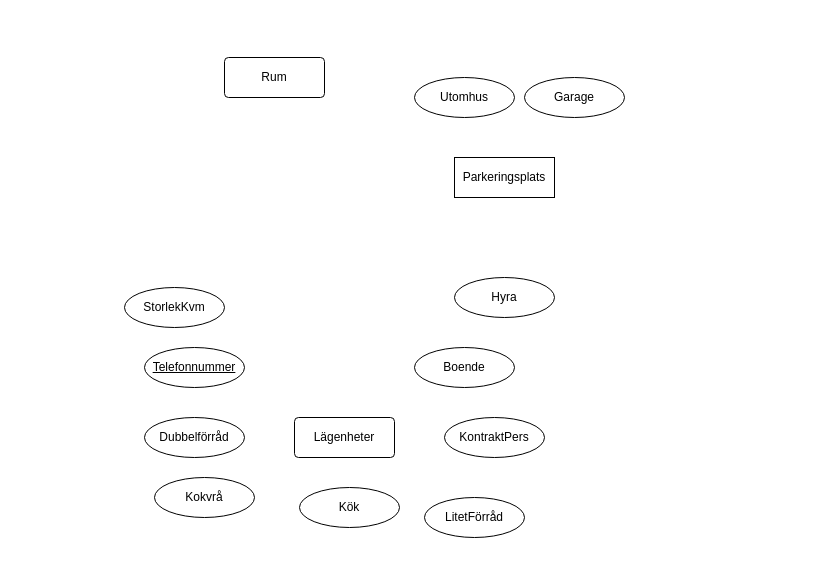
Above: flerfamilj.drawio in DanielPra/-t-Andre (draw.io), before the change. Source tidied: cells renumbered, new cells numbered last; positions are measured from the earlier drawing's top-left corner, leaving out a move shared by most shapes. Both pictures are drawn from the tidied source at 100%, with x=0, y=0 at pixel (124, 57).
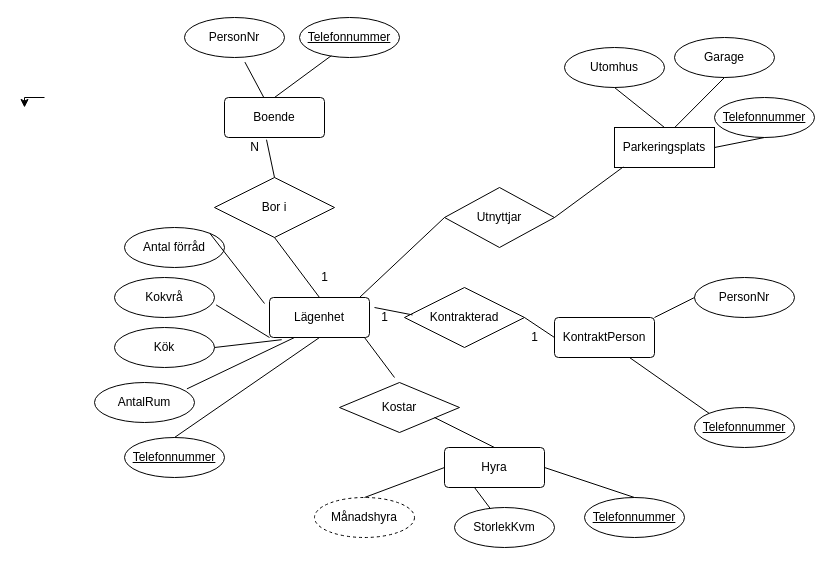
The same diagram, later.

The edit, as a diff of the source:
```diff
@@
-    <mxCell id="2" value="Lägenheter" style="rounded=1;arcSize=10;whiteSpace=wrap;html=1;align=center;" parent="1" vertex="1">
-      <mxGeometry x="170" y="360" width="100" height="40" as="geometry" />
+    <mxCell id="2" value="Lägenhet" style="rounded=1;arcSize=10;whiteSpace=wrap;html=1;align=center;" parent="1" vertex="1">
+      <mxGeometry x="145" y="240" width="100" height="40" as="geometry" />
     </mxCell>
-    <mxCell id="3" value="Rum" style="rounded=1;arcSize=10;whiteSpace=wrap;html=1;align=center;" parent="1" vertex="1">
-      <mxGeometry x="100" width="100" height="40" as="geometry" />
-    </mxCell>
+    <mxCell id="16" style="edgeStyle=orthogonalEdgeStyle;rounded=0;orthogonalLoop=1;jettySize=auto;html=1;exitX=0.5;exitY=0;exitDx=0;exitDy=0;" parent="1" edge="1">
+      <mxGeometry relative="1" as="geometry">
+        <mxPoint x="-80" y="40" as="sourcePoint" />
+        <mxPoint x="-100" y="50" as="targetPoint" />
+      </mxGeometry>
+    </mxCell>
     <mxCell id="4" value="Kök" style="ellipse;whiteSpace=wrap;html=1;align=center;" parent="1" vertex="1">
-      <mxGeometry x="175" y="430" width="100" height="40" as="geometry" />
+      <mxGeometry x="-10" y="270" width="100" height="40" as="geometry" />
     </mxCell>
     <mxCell id="5" value="Kokvrå" style="ellipse;whiteSpace=wrap;html=1;align=center;" parent="1" vertex="1">
-      <mxGeometry x="30" y="420" width="100" height="40" as="geometry" />
+      <mxGeometry x="-10" y="220" width="100" height="40" as="geometry" />
     </mxCell>
-    <mxCell id="6" value="Dubbelförråd" style="ellipse;whiteSpace=wrap;html=1;align=center;" parent="1" vertex="1">
-      <mxGeometry x="20" y="360" width="100" height="40" as="geometry" />
+    <mxCell id="6" value="Antal förråd" style="ellipse;whiteSpace=wrap;html=1;align=center;" parent="1" vertex="1">
+      <mxGeometry y="170" width="100" height="40" as="geometry" />
     </mxCell>
-    <mxCell id="7" value="LitetFörråd" style="ellipse;whiteSpace=wrap;html=1;align=center;" parent="1" vertex="1">
-      <mxGeometry x="300" y="440" width="100" height="40" as="geometry" />
-    </mxCell>
-    <mxCell id="8" value="KontraktPers" style="ellipse;whiteSpace=wrap;html=1;align=center;" parent="1" vertex="1">
-      <mxGeometry x="320" y="360" width="100" height="40" as="geometry" />
+    <mxCell id="8" value="PersonNr" style="ellipse;whiteSpace=wrap;html=1;align=center;" parent="1" vertex="1">
+      <mxGeometry x="570" y="220" width="100" height="40" as="geometry" />
     </mxCell>
-    <mxCell id="9" value="Boende" style="ellipse;whiteSpace=wrap;html=1;align=center;" parent="1" vertex="1">
-      <mxGeometry x="290" y="290" width="100" height="40" as="geometry" />
+    <mxCell id="9" value="PersonNr" style="ellipse;whiteSpace=wrap;html=1;align=center;" parent="1" vertex="1">
+      <mxGeometry x="60" y="-40" width="100" height="40" as="geometry" />
     </mxCell>
     <mxCell id="10" value="Parkeringsplats" style="whiteSpace=wrap;html=1;align=center;" parent="1" vertex="1">
-      <mxGeometry x="330" y="100" width="100" height="40" as="geometry" />
+      <mxGeometry x="490" y="70" width="100" height="40" as="geometry" />
     </mxCell>
     <mxCell id="11" value="Utomhus" style="ellipse;whiteSpace=wrap;html=1;align=center;" parent="1" vertex="1">
-      <mxGeometry x="290" y="20" width="100" height="40" as="geometry" />
+      <mxGeometry x="440" y="-10" width="100" height="40" as="geometry" />
     </mxCell>
     <mxCell id="12" value="Garage" style="ellipse;whiteSpace=wrap;html=1;align=center;" parent="1" vertex="1">
-      <mxGeometry x="400" y="20" width="100" height="40" as="geometry" />
+      <mxGeometry x="550" y="-20" width="100" height="40" as="geometry" />
     </mxCell>
     <mxCell id="13" value="StorlekKvm" style="ellipse;whiteSpace=wrap;html=1;align=center;" parent="1" vertex="1">
-      <mxGeometry y="230" width="100" height="40" as="geometry" />
+      <mxGeometry x="330" y="450" width="100" height="40" as="geometry" />
     </mxCell>
     <mxCell id="14" value="Telefonnummer" style="ellipse;whiteSpace=wrap;html=1;align=center;fontStyle=4;" parent="1" vertex="1">
-      <mxGeometry x="20" y="290" width="100" height="40" as="geometry" />
+      <mxGeometry y="380" width="100" height="40" as="geometry" />
     </mxCell>
+    <mxCell id="17" value="Bor i" style="shape=rhombus;perimeter=rhombusPerimeter;whiteSpace=wrap;html=1;align=center;" parent="1" vertex="1">
+      <mxGeometry x="90" y="120" width="120" height="60" as="geometry" />
+    </mxCell>
+    <mxCell id="18" value="Boende" style="rounded=1;arcSize=10;whiteSpace=wrap;html=1;align=center;" parent="1" vertex="1">
+      <mxGeometry x="100" y="40" width="100" height="40" as="geometry" />
+    </mxCell>
+    <mxCell id="19" value="Kontrakterad" style="shape=rhombus;perimeter=rhombusPerimeter;whiteSpace=wrap;html=1;align=center;" parent="1" vertex="1">
+      <mxGeometry x="280" y="230" width="120" height="60" as="geometry" />
+    </mxCell>
+    <mxCell id="20" style="endArrow=none;html=1;rounded=0;entryX=0.5;entryY=1;entryDx=0;entryDy=0;exitX=0.5;exitY=0;exitDx=0;exitDy=0;" parent="1" edge="1" source="14" target="2">
+      <mxGeometry relative="1" as="geometry" />
+    </mxCell>
+    <mxCell id="21" value="Telefonnummer" style="ellipse;whiteSpace=wrap;html=1;align=center;fontStyle=4;" parent="1" vertex="1">
+      <mxGeometry x="570" y="350" width="100" height="40" as="geometry" />
+    </mxCell>
+    <mxCell id="22" value="Kostar" style="shape=rhombus;perimeter=rhombusPerimeter;whiteSpace=wrap;html=1;align=center;" parent="1" vertex="1">
+      <mxGeometry x="215" y="325" width="120" height="50" as="geometry" />
+    </mxCell>
-    <mxCell id="15" value="Hyra" style="ellipse;whiteSpace=wrap;html=1;align=center;" parent="1" vertex="1">
-      <mxGeometry x="330" y="220" width="100" height="40" as="geometry" />
+    <mxCell id="15" value="Hyra" style="rounded=1;arcSize=10;whiteSpace=wrap;html=1;align=center;" parent="1" vertex="1">
+      <mxGeometry x="320" y="390" width="100" height="40" as="geometry" />
     </mxCell>
+    <mxCell id="23" value="Telefonnummer" style="ellipse;whiteSpace=wrap;html=1;align=center;fontStyle=4;" parent="1" vertex="1">
+      <mxGeometry x="460" y="440" width="100" height="40" as="geometry" />
+    </mxCell>
+    <mxCell id="24" value="Månadshyra" style="ellipse;whiteSpace=wrap;html=1;align=center;dashed=1;" parent="1" vertex="1">
+      <mxGeometry x="190" y="440" width="100" height="40" as="geometry" />
+    </mxCell>
+    <mxCell id="25" value="Utnyttjar" style="shape=rhombus;perimeter=rhombusPerimeter;whiteSpace=wrap;html=1;align=center;" parent="1" vertex="1">
+      <mxGeometry x="320" y="130" width="110" height="60" as="geometry" />
+    </mxCell>
+    <mxCell id="26" style="endArrow=none;html=1;rounded=0;entryX=0;entryY=1;entryDx=0;entryDy=0;exitX=1.016;exitY=0.685;exitDx=0;exitDy=0;exitPerimeter=0;" parent="1" edge="1" source="5" target="2">
+      <mxGeometry relative="1" as="geometry" />
+    </mxCell>
+    <mxCell id="27" style="endArrow=none;html=1;rounded=0;exitX=1;exitY=0;exitDx=0;exitDy=0;" parent="1" edge="1" source="6">
+      <mxGeometry relative="1" as="geometry">
+        <mxPoint x="140" y="246" as="targetPoint" />
+      </mxGeometry>
+    </mxCell>
+    <mxCell id="28" style="endArrow=none;html=1;rounded=0;entryX=0.122;entryY=1.055;entryDx=0;entryDy=0;entryPerimeter=0;exitX=1;exitY=0.5;exitDx=0;exitDy=0;" parent="1" edge="1" source="4" target="2">
+      <mxGeometry relative="1" as="geometry" />
+    </mxCell>
+    <mxCell id="29" style="endArrow=none;html=1;rounded=0;" parent="1" edge="1">
+      <mxGeometry relative="1" as="geometry">
+        <mxPoint x="240" y="280" as="sourcePoint" />
+        <mxPoint x="270" y="320" as="targetPoint" />
+      </mxGeometry>
+    </mxCell>
+    <mxCell id="30" style="endArrow=none;html=1;rounded=0;entryX=0.5;entryY=0;entryDx=0;entryDy=0;" parent="1" edge="1" target="15">
+      <mxGeometry relative="1" as="geometry">
+        <mxPoint x="310" y="360" as="sourcePoint" />
+      </mxGeometry>
+    </mxCell>
+    <mxCell id="31" style="endArrow=none;html=1;rounded=0;exitX=0.5;exitY=0;exitDx=0;exitDy=0;entryX=0;entryY=0.5;entryDx=0;entryDy=0;" parent="1" edge="1" source="24" target="15">
+      <mxGeometry relative="1" as="geometry" />
+    </mxCell>
+    <mxCell id="32" style="endArrow=none;html=1;rounded=0;entryX=0.5;entryY=0;entryDx=0;entryDy=0;" parent="1" edge="1" target="23">
+      <mxGeometry relative="1" as="geometry">
+        <mxPoint x="420" y="410" as="sourcePoint" />
+      </mxGeometry>
+    </mxCell>
+    <mxCell id="33" style="endArrow=none;html=1;rounded=0;" parent="1" edge="1" source="13">
+      <mxGeometry relative="1" as="geometry">
+        <mxPoint x="350" y="430" as="targetPoint" />
+      </mxGeometry>
+    </mxCell>
+    <mxCell id="34" style="endArrow=none;html=1;rounded=0;entryX=0.067;entryY=0.457;entryDx=0;entryDy=0;entryPerimeter=0;" parent="1" edge="1" target="19">
+      <mxGeometry relative="1" as="geometry">
+        <mxPoint x="250" y="250" as="sourcePoint" />
+      </mxGeometry>
+    </mxCell>
+    <mxCell id="35" style="endArrow=none;html=1;rounded=0;entryX=0;entryY=0.5;entryDx=0;entryDy=0;exitX=1;exitY=0;exitDx=0;exitDy=0;" parent="1" edge="1" source="50" target="8">
+      <mxGeometry relative="1" as="geometry" />
+    </mxCell>
+    <mxCell id="36" style="endArrow=none;html=1;rounded=0;entryX=0;entryY=0;entryDx=0;entryDy=0;exitX=0.75;exitY=1;exitDx=0;exitDy=0;" parent="1" edge="1" source="50" target="21">
+      <mxGeometry relative="1" as="geometry" />
+    </mxCell>
+    <mxCell id="37" style="endArrow=none;html=1;rounded=0;entryX=0;entryY=0.5;entryDx=0;entryDy=0;" parent="1" edge="1" target="25">
+      <mxGeometry relative="1" as="geometry">
+        <mxPoint x="235" y="240" as="sourcePoint" />
+      </mxGeometry>
+    </mxCell>
+    <mxCell id="38" style="endArrow=none;html=1;rounded=0;entryX=0.088;entryY=0.985;entryDx=0;entryDy=0;entryPerimeter=0;exitX=1;exitY=0.5;exitDx=0;exitDy=0;" parent="1" edge="1" source="25" target="10">
+      <mxGeometry relative="1" as="geometry" />
+    </mxCell>
+    <mxCell id="39" style="endArrow=none;html=1;rounded=0;entryX=0.5;entryY=1;entryDx=0;entryDy=0;exitX=0.5;exitY=0;exitDx=0;exitDy=0;" parent="1" edge="1" source="10" target="11">
+      <mxGeometry relative="1" as="geometry" />
+    </mxCell>
+    <mxCell id="40" style="endArrow=none;html=1;rounded=0;exitX=0.6;exitY=0.005;exitDx=0;exitDy=0;exitPerimeter=0;entryX=0.5;entryY=1;entryDx=0;entryDy=0;" parent="1" edge="1" source="10" target="12">
+      <mxGeometry relative="1" as="geometry" />
+    </mxCell>
+    <mxCell id="41" value="Telefonnummer" style="ellipse;whiteSpace=wrap;html=1;align=center;fontStyle=4;" parent="1" vertex="1">
+      <mxGeometry x="590" y="40" width="100" height="40" as="geometry" />
+    </mxCell>
+    <mxCell id="42" style="endArrow=none;html=1;rounded=0;entryX=0.5;entryY=1;entryDx=0;entryDy=0;exitX=1;exitY=0.5;exitDx=0;exitDy=0;" parent="1" edge="1" source="10" target="41">
+      <mxGeometry relative="1" as="geometry" />
+    </mxCell>
+    <mxCell id="43" value="Telefonnummer" style="ellipse;whiteSpace=wrap;html=1;align=center;fontStyle=4;" parent="1" vertex="1">
+      <mxGeometry x="175" y="-40" width="100" height="40" as="geometry" />
+    </mxCell>
+    <mxCell id="44" style="endArrow=none;html=1;rounded=0;exitX=0.5;exitY=1;exitDx=0;exitDy=0;entryX=0.5;entryY=0;entryDx=0;entryDy=0;" parent="1" edge="1" source="17" target="2">
+      <mxGeometry relative="1" as="geometry" />
+    </mxCell>
+    <mxCell id="45" style="endArrow=none;html=1;rounded=0;entryX=0.42;entryY=1.055;entryDx=0;entryDy=0;entryPerimeter=0;exitX=0.5;exitY=0;exitDx=0;exitDy=0;" parent="1" edge="1" source="17" target="18">
+      <mxGeometry relative="1" as="geometry" />
+    </mxCell>
+    <mxCell id="46" style="endArrow=none;html=1;rounded=0;entryX=0.604;entryY=1.115;entryDx=0;entryDy=0;entryPerimeter=0;" parent="1" edge="1" source="18" target="9">
+      <mxGeometry relative="1" as="geometry" />
+    </mxCell>
+    <mxCell id="47" style="endArrow=none;html=1;rounded=0;exitX=0.318;exitY=0.955;exitDx=0;exitDy=0;exitPerimeter=0;entryX=0.5;entryY=0;entryDx=0;entryDy=0;" parent="1" edge="1" source="43" target="18">
+      <mxGeometry relative="1" as="geometry" />
+    </mxCell>
+    <mxCell id="48" value="AntalRum" style="ellipse;whiteSpace=wrap;html=1;align=center;" parent="1" vertex="1">
+      <mxGeometry x="-30" y="325" width="100" height="40" as="geometry" />
+    </mxCell>
+    <mxCell id="49" style="endArrow=none;html=1;rounded=0;entryX=0.25;entryY=1;entryDx=0;entryDy=0;exitX=0.924;exitY=0.16;exitDx=0;exitDy=0;exitPerimeter=0;" parent="1" edge="1" source="48" target="2">
+      <mxGeometry relative="1" as="geometry" />
+    </mxCell>
+    <mxCell id="50" value="KontraktPerson" style="rounded=1;arcSize=10;whiteSpace=wrap;html=1;align=center;" parent="1" vertex="1">
+      <mxGeometry x="430" y="260" width="100" height="40" as="geometry" />
+    </mxCell>
+    <mxCell id="51" style="endArrow=none;html=1;rounded=0;exitX=1;exitY=0.5;exitDx=0;exitDy=0;" parent="1" edge="1" source="19">
+      <mxGeometry relative="1" as="geometry">
+        <mxPoint x="430" y="280" as="targetPoint" />
+      </mxGeometry>
+    </mxCell>
+    <mxCell id="52" value="N" style="text;html=1;align=center;verticalAlign=middle;" parent="1" vertex="1">
+      <mxGeometry x="120" y="80" width="20" height="20" as="geometry" />
+    </mxCell>
+    <mxCell id="53" value="1" style="text;html=1;align=center;verticalAlign=middle;" parent="1" vertex="1">
+      <mxGeometry x="190" y="210" width="20" height="20" as="geometry" />
+    </mxCell>
+    <mxCell id="54" value="1" style="text;html=1;align=center;verticalAlign=middle;" parent="1" vertex="1">
+      <mxGeometry x="250" y="250" width="20" height="20" as="geometry" />
+    </mxCell>
+    <mxCell id="55" value="1" style="text;html=1;align=center;verticalAlign=middle;" parent="1" vertex="1">
+      <mxGeometry x="400" y="270" width="20" height="20" as="geometry" />
+    </mxCell>
```
